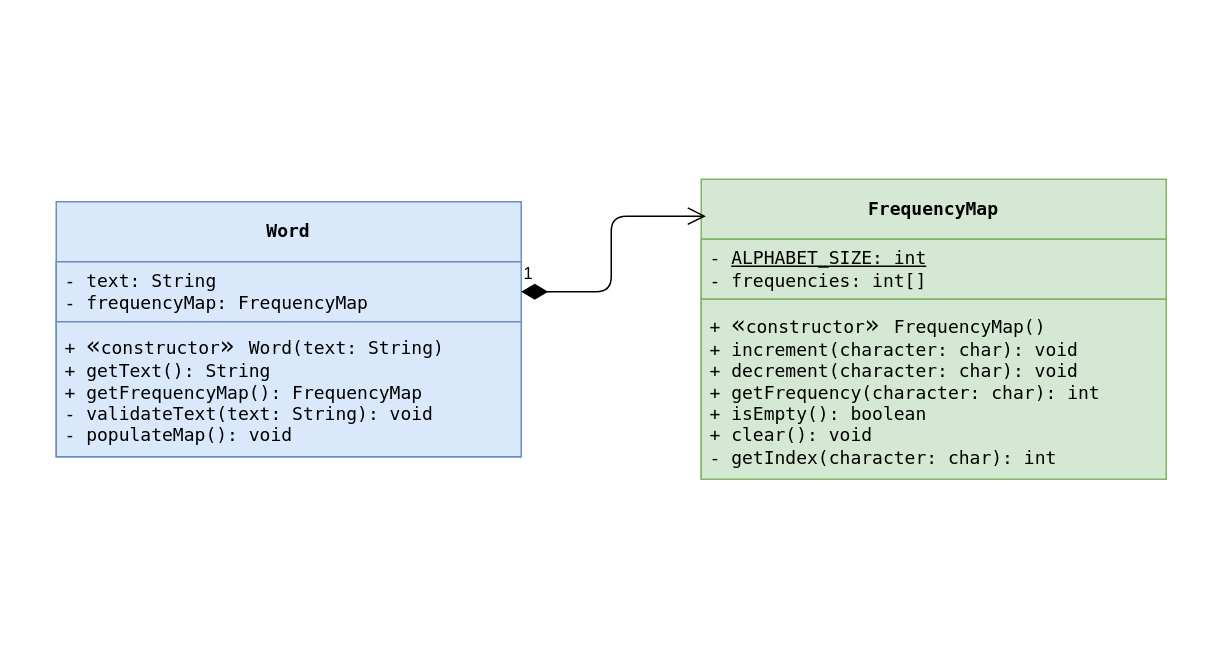
Before: assets/wordle-class-diagram.drawio in actuallyhollow/basic-wordle-java, a draw.io diagram. Source tidied: cells renumbered, new cells numbered last; positions are measured from the earlier drawing's top-left corner, leaving out a move shared by most shapes. Both pictures are drawn from the tidied source at 150%, with x=0, y=0 at pixel (56, 178).
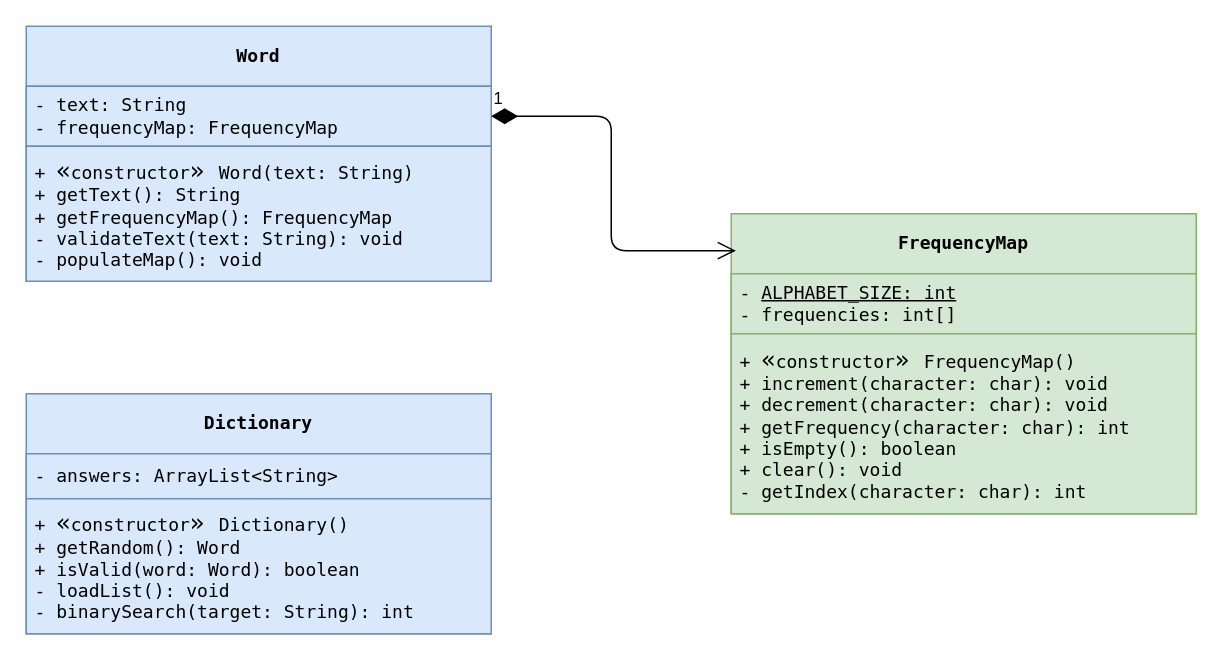
The same page after the edit.

Commit message (it also covers changes not shown here):
docs: update README and UML for Dictionary

* Update README file tree to include Dictionary and its test suite.
* Expand UML class diagram to detail Dictionary architecture.
* Export new SVG image to ensure visual assets reflect latest changes.

Change to the diagram source:
```diff
@@
 <mxGraphModel>
   <root>
     <mxCell id="0" />
     <mxCell id="1" parent="0" />
     <mxCell id="2" value="&lt;div&gt;&lt;span style=&quot;background-color: transparent;&quot;&gt;&lt;font style=&quot;&quot; face=&quot;Menlo, Monaco, 'Courier New', monospace&quot;&gt;FrequencyMap&lt;/font&gt;&lt;/span&gt;&lt;/div&gt;" style="swimlane;fontStyle=1;align=center;verticalAlign=middle;horizontal=1;startSize=40;whiteSpace=wrap;html=1;fillColor=#d5e8d4;strokeColor=#82b366;fontColor=light-dark(#000000,#FFFFFF);" parent="1" vertex="1">
-      <mxGeometry x="430" width="310" height="200" as="geometry" />
+      <mxGeometry x="450" y="23" width="310" height="200" as="geometry" />
     </mxCell>
     <mxCell id="3" value="&lt;div&gt;&lt;font face=&quot;Menlo, Monaco, 'Courier New', monospace&quot;&gt;- &lt;u&gt;ALPHABET_SIZE: int&lt;/u&gt;&lt;/font&gt;&lt;/div&gt;&lt;div&gt;&lt;font face=&quot;Menlo, Monaco, 'Courier New', monospace&quot;&gt;- frequencies: int[]&lt;/font&gt;&lt;/div&gt;" style="text;align=left;verticalAlign=middle;spacingLeft=4;spacingRight=4;overflow=hidden;whiteSpace=wrap;html=1;fillColor=#d5e8d4;strokeColor=#82b366;" parent="2" vertex="1">
       <mxGeometry y="40" width="310" height="40" as="geometry" />
     </mxCell>
     <mxCell id="4" value="&lt;div&gt;+&amp;nbsp;&lt;span style=&quot;background-color: transparent; scrollbar-color: rgb(75, 75, 75) rgb(27, 29, 30); font-size: medium; caret-color: rgb(0, 0, 0);&quot;&gt;«&lt;/span&gt;&lt;span style=&quot;background-color: transparent; scrollbar-color: rgb(75, 75, 75) rgb(27, 29, 30); text-align: center;&quot;&gt;constructor&lt;/span&gt;&lt;span style=&quot;background-color: transparent; scrollbar-color: rgb(75, 75, 75) rgb(27, 29, 30); font-size: medium; caret-color: rgb(0, 0, 0);&quot;&gt;&lt;font face=&quot;Menlo, Monaco, 'Courier New', monospace&quot;&gt;»&amp;nbsp;&lt;/font&gt;&lt;/span&gt;&lt;span style=&quot;background-color: transparent;&quot;&gt;FrequencyMap()&lt;/span&gt;&lt;/div&gt;&lt;div&gt;&lt;span style=&quot;background-color: transparent;&quot;&gt;+ increment(character: char): void&lt;/span&gt;&lt;/div&gt;&lt;div&gt;&lt;div style=&quot;scrollbar-color: rgb(75, 75, 75) rgb(27, 29, 30);&quot;&gt;&lt;span style=&quot;scrollbar-color: rgb(75, 75, 75) rgb(27, 29, 30); background-color: transparent;&quot;&gt;+ decrement(character: char): void&lt;/span&gt;&lt;/div&gt;&lt;div style=&quot;scrollbar-color: rgb(75, 75, 75) rgb(27, 29, 30);&quot;&gt;&lt;span style=&quot;scrollbar-color: rgb(75, 75, 75) rgb(27, 29, 30);&quot;&gt;&lt;/span&gt;&lt;/div&gt;&lt;/div&gt;&lt;div style=&quot;scrollbar-color: rgb(75, 75, 75) rgb(27, 29, 30);&quot;&gt;&lt;span style=&quot;scrollbar-color: rgb(75, 75, 75) rgb(27, 29, 30);&quot;&gt;&lt;div style=&quot;scrollbar-color: rgb(75, 75, 75) rgb(27, 29, 30);&quot;&gt;&lt;span style=&quot;background-color: transparent;&quot;&gt;+ getFrequency(&lt;/span&gt;&lt;span style=&quot;background-color: transparent;&quot;&gt;character: char&lt;/span&gt;&lt;span style=&quot;background-color: transparent;&quot;&gt;): int&lt;/span&gt;&lt;/div&gt;&lt;div style=&quot;scrollbar-color: rgb(75, 75, 75) rgb(27, 29, 30);&quot;&gt;&lt;span style=&quot;scrollbar-color: rgb(75, 75, 75) rgb(27, 29, 30);&quot;&gt;&lt;div style=&quot;scrollbar-color: rgb(75, 75, 75) rgb(27, 29, 30);&quot;&gt;&lt;/div&gt;&lt;/span&gt;&lt;/div&gt;&lt;div style=&quot;scrollbar-color: rgb(75, 75, 75) rgb(27, 29, 30);&quot;&gt;&lt;/div&gt;&lt;/span&gt;&lt;/div&gt;&lt;div&gt;&lt;span style=&quot;scrollbar-color: rgb(75, 75, 75) rgb(27, 29, 30);&quot;&gt;+ isEmpty(): boolean&lt;/span&gt;&lt;/div&gt;&lt;div&gt;&lt;span style=&quot;scrollbar-color: rgb(75, 75, 75) rgb(27, 29, 30);&quot;&gt;+ clear(): void&lt;/span&gt;&lt;/div&gt;&lt;div&gt;&lt;span style=&quot;scrollbar-color: rgb(75, 75, 75) rgb(27, 29, 30);&quot;&gt;- getIndex(&lt;/span&gt;&lt;span style=&quot;background-color: transparent;&quot;&gt;character: char): int&lt;/span&gt;&lt;/div&gt;" style="text;align=left;verticalAlign=middle;spacingLeft=4;spacingRight=4;overflow=hidden;whiteSpace=wrap;html=1;fontFamily=Menlo, Monaco, 'Courier New', monospace;fillColor=#d5e8d4;strokeColor=#82b366;" parent="2" vertex="1">
       <mxGeometry y="80" width="310" height="120" as="geometry" />
     </mxCell>
     <mxCell id="5" value="&lt;div&gt;&lt;span style=&quot;background-color: transparent;&quot;&gt;&lt;font style=&quot;&quot; face=&quot;Menlo, Monaco, 'Courier New', monospace&quot;&gt;Word&lt;/font&gt;&lt;/span&gt;&lt;/div&gt;" style="swimlane;fontStyle=1;align=center;verticalAlign=middle;horizontal=1;startSize=40;whiteSpace=wrap;html=1;fillColor=#dae8fc;strokeColor=#6c8ebf;" parent="1" vertex="1">
-      <mxGeometry y="15" width="310" height="170" as="geometry" />
+      <mxGeometry x="-20" y="-102" width="310" height="170" as="geometry" />
     </mxCell>
     <mxCell id="6" value="&lt;div&gt;&lt;font face=&quot;Menlo, Monaco, 'Courier New', monospace&quot;&gt;- text: String&lt;/font&gt;&lt;/div&gt;&lt;div&gt;&lt;font face=&quot;Menlo, Monaco, 'Courier New', monospace&quot;&gt;- frequencyMap: FrequencyMap&lt;/font&gt;&lt;/div&gt;" style="text;align=left;verticalAlign=middle;spacingLeft=4;spacingRight=4;overflow=hidden;points=[[0,0.5],[1,0.5]];portConstraint=eastwest;whiteSpace=wrap;html=1;fillColor=#dae8fc;strokeColor=#6c8ebf;" parent="5" vertex="1">
       <mxGeometry y="40" width="310" height="40" as="geometry" />
     </mxCell>
     <mxCell id="7" value="&lt;div&gt;+&amp;nbsp;&lt;span style=&quot;background-color: transparent; scrollbar-color: rgb(75, 75, 75) rgb(27, 29, 30); font-size: medium; caret-color: rgb(0, 0, 0);&quot;&gt;«&lt;/span&gt;&lt;span style=&quot;background-color: transparent; scrollbar-color: rgb(75, 75, 75) rgb(27, 29, 30); text-align: center;&quot;&gt;constructor&lt;/span&gt;&lt;span style=&quot;background-color: transparent; scrollbar-color: rgb(75, 75, 75) rgb(27, 29, 30); font-size: medium; caret-color: rgb(0, 0, 0);&quot;&gt;&lt;font face=&quot;Menlo, Monaco, 'Courier New', monospace&quot;&gt;»&amp;nbsp;&lt;/font&gt;&lt;/span&gt;&lt;span style=&quot;background-color: transparent;&quot;&gt;Word(text: String)&lt;/span&gt;&lt;/div&gt;&lt;div&gt;&lt;span style=&quot;background-color: transparent;&quot;&gt;+ getText(): String&lt;/span&gt;&lt;/div&gt;&lt;div&gt;&lt;span style=&quot;background-color: transparent;&quot;&gt;+ getFrequencyMap(): FrequencyMap&lt;/span&gt;&lt;/div&gt;&lt;div&gt;&lt;span style=&quot;background-color: transparent;&quot;&gt;- validateText(text: String): void&lt;/span&gt;&lt;/div&gt;&lt;div&gt;&lt;span style=&quot;background-color: transparent;&quot;&gt;- populateMap(): void&lt;/span&gt;&lt;/div&gt;" style="text;align=left;verticalAlign=middle;spacingLeft=4;spacingRight=4;overflow=hidden;whiteSpace=wrap;html=1;fontFamily=Menlo, Monaco, 'Courier New', monospace;fillColor=#dae8fc;strokeColor=#6c8ebf;" parent="5" vertex="1">
       <mxGeometry y="80" width="310" height="90" as="geometry" />
     </mxCell>
     <mxCell id="8" value="1" style="endArrow=open;html=1;endSize=10;startArrow=diamondThin;startSize=15;startFill=1;edgeStyle=orthogonalEdgeStyle;align=left;verticalAlign=bottom;exitX=1;exitY=0.5;exitDx=0;exitDy=0;entryX=0.01;entryY=0.123;entryDx=0;entryDy=0;entryPerimeter=0;" parent="1" edge="1" source="6" target="2">
-      <mxGeometry x="-1" y="3" relative="1" as="geometry" />
+      <mxGeometry x="-1" y="3" relative="1" as="geometry">
+        <Array as="points">
+          <mxPoint x="370" y="-42" />
+          <mxPoint x="370" y="48" />
+        </Array>
+      </mxGeometry>
     </mxCell>
+    <mxCell id="9" value="&lt;div&gt;&lt;span style=&quot;background-color: transparent;&quot;&gt;&lt;font style=&quot;&quot; face=&quot;Menlo, Monaco, 'Courier New', monospace&quot;&gt;Dictionary&lt;/font&gt;&lt;/span&gt;&lt;/div&gt;" style="swimlane;fontStyle=1;align=center;verticalAlign=middle;horizontal=1;startSize=40;whiteSpace=wrap;html=1;fillColor=#dae8fc;strokeColor=#6c8ebf;" parent="1" vertex="1">
+      <mxGeometry x="-20" y="143" width="310" height="160" as="geometry" />
+    </mxCell>
+    <mxCell id="10" value="&lt;div&gt;&lt;font face=&quot;Menlo, Monaco, 'Courier New', monospace&quot;&gt;- answers: ArrayList&amp;lt;String&amp;gt;&lt;/font&gt;&lt;/div&gt;" style="text;align=left;verticalAlign=middle;spacingLeft=4;spacingRight=4;overflow=hidden;whiteSpace=wrap;html=1;fillColor=#dae8fc;strokeColor=#6c8ebf;" parent="9" vertex="1">
+      <mxGeometry y="40" width="310" height="30" as="geometry" />
+    </mxCell>
+    <mxCell id="11" value="&lt;div&gt;+&amp;nbsp;&lt;span style=&quot;background-color: transparent; scrollbar-color: rgb(75, 75, 75) rgb(27, 29, 30); font-size: medium; caret-color: rgb(0, 0, 0);&quot;&gt;«&lt;/span&gt;&lt;span style=&quot;background-color: transparent; scrollbar-color: rgb(75, 75, 75) rgb(27, 29, 30); text-align: center;&quot;&gt;constructor&lt;/span&gt;&lt;span style=&quot;background-color: transparent; scrollbar-color: rgb(75, 75, 75) rgb(27, 29, 30); font-size: medium; caret-color: rgb(0, 0, 0);&quot;&gt;&lt;font face=&quot;Menlo, Monaco, 'Courier New', monospace&quot;&gt;»&amp;nbsp;&lt;/font&gt;&lt;/span&gt;&lt;span style=&quot;background-color: transparent;&quot;&gt;Dictionary()&lt;/span&gt;&lt;/div&gt;&lt;div&gt;&lt;span style=&quot;background-color: transparent;&quot;&gt;+ getRandom(): Word&lt;/span&gt;&lt;/div&gt;&lt;div&gt;&lt;span style=&quot;background-color: transparent;&quot;&gt;+ isValid(word: Word): boolean&lt;/span&gt;&lt;/div&gt;&lt;div&gt;&lt;span style=&quot;background-color: transparent;&quot;&gt;- loadList(): void&lt;/span&gt;&lt;/div&gt;&lt;div&gt;&lt;span style=&quot;background-color: transparent;&quot;&gt;- binarySearch(target: String): int&lt;/span&gt;&lt;/div&gt;" style="text;align=left;verticalAlign=middle;spacingLeft=4;spacingRight=4;overflow=hidden;whiteSpace=wrap;html=1;fontFamily=Menlo, Monaco, 'Courier New', monospace;fillColor=#dae8fc;strokeColor=#6c8ebf;" parent="9" vertex="1">
+      <mxGeometry y="70" width="310" height="90" as="geometry" />
+    </mxCell>
   </root>
 </mxGraphModel>
```
